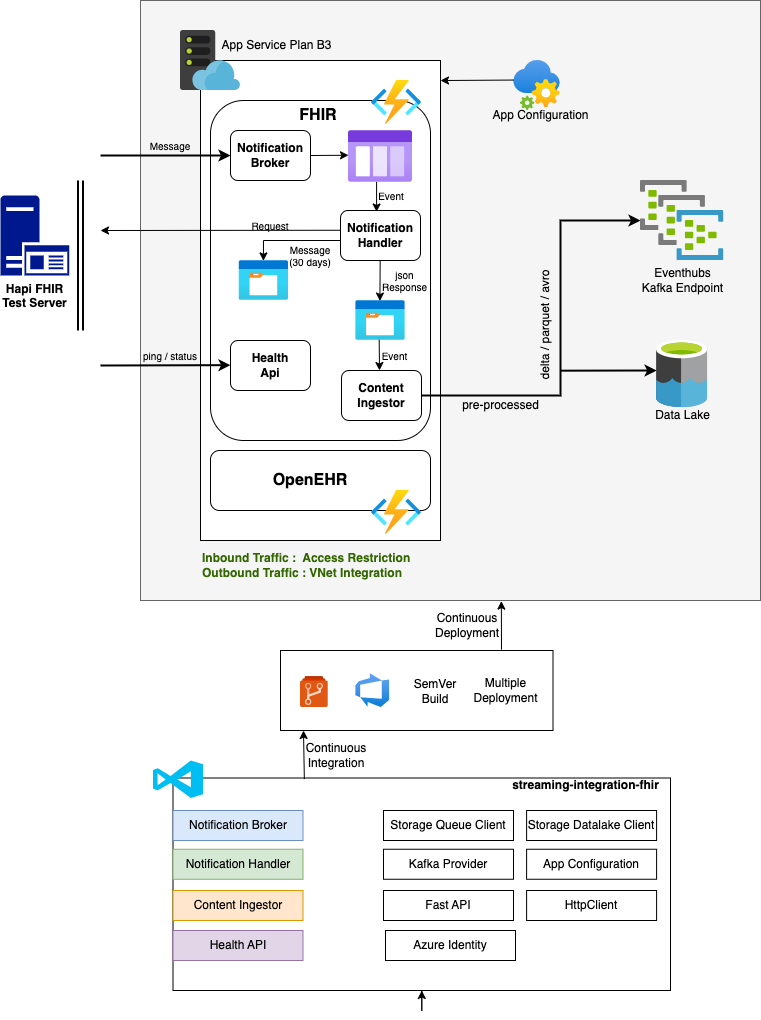
This is Streaming-Integration.png from prakashrajverma/drawio, a draw.io export, as it was before one commit. Source tidied: cells renumbered, new cells last; positions are measured from the earlier drawing's top-left corner, leaving out a move shared by most shapes.
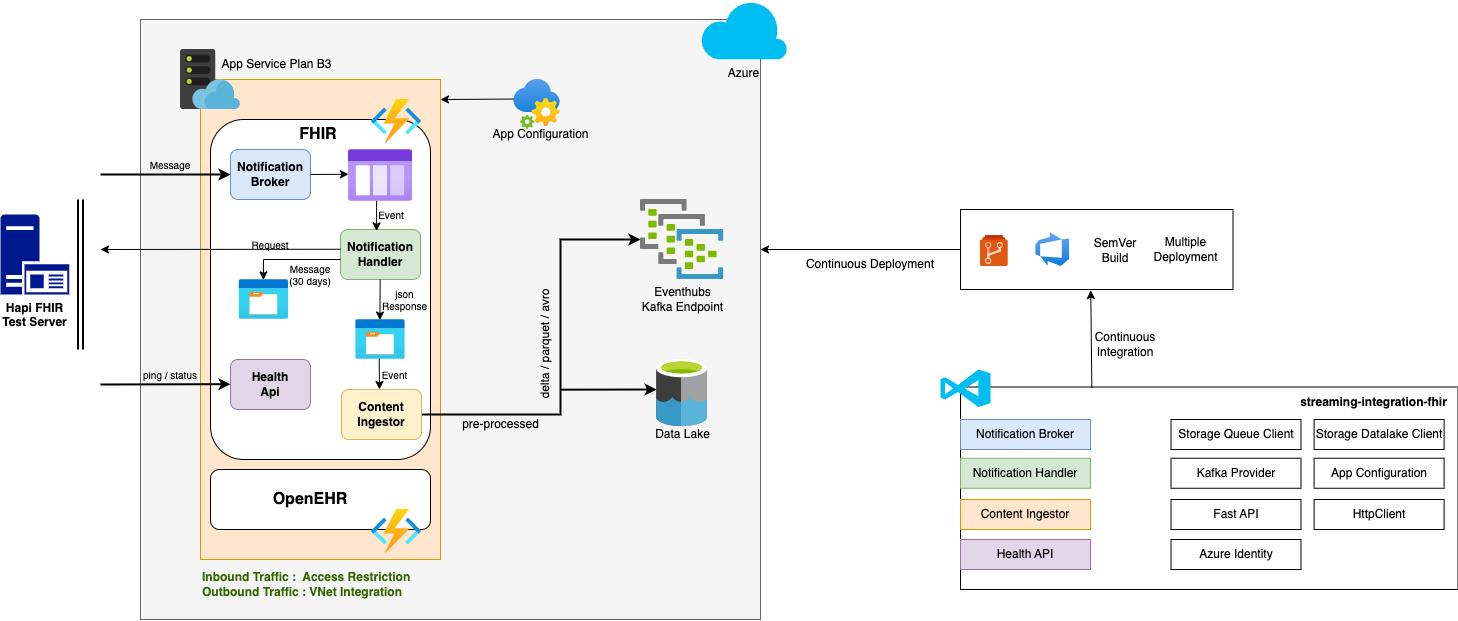
The same file after the commit.

Change to the diagram source:
```diff
@@ -3,12 +3,12 @@
     <mxCell id="0" />
     <mxCell id="1" parent="0" />
     <mxCell id="2" style="rounded=0;whiteSpace=wrap;html=1;" parent="1" vertex="1">
-      <mxGeometry x="280" y="650" width="272.5" height="80" as="geometry" />
+      <mxGeometry x="960" y="190" width="272.5" height="80" as="geometry" />
     </mxCell>
     <mxCell id="3" style="rounded=0;whiteSpace=wrap;html=1;fillColor=#f5f5f5;fontColor=#333333;strokeColor=#666666;" parent="1" vertex="1">
       <mxGeometry x="140" width="620" height="600" as="geometry" />
     </mxCell>
-    <mxCell id="4" style="rounded=0;whiteSpace=wrap;html=1;" parent="1" vertex="1">
+    <mxCell id="4" style="rounded=0;whiteSpace=wrap;html=1;fillColor=#ffe6cc;strokeColor=#d79b00;" parent="1" vertex="1">
       <mxGeometry x="200" y="60" width="240" height="480" as="geometry" />
     </mxCell>
     <mxCell id="5" style="image;sketch=0;html=1;align=center;fontSize=12;image=img/lib/mscae/WebHosting.svg;" parent="1" vertex="1">
@@ -32,10 +32,10 @@
     <mxCell id="11" style="image;html=1;align=center;fontSize=12;image=img/lib/azure2/compute/Function_Apps.svg;" parent="1" vertex="1">
       <mxGeometry x="371" y="490" width="50" height="44.1" as="geometry" />
     </mxCell>
-    <mxCell id="12" value="&lt;b&gt;Notification Broker&lt;/b&gt;" style="rounded=1;whiteSpace=wrap;html=1;" parent="1" vertex="1">
+    <mxCell id="12" value="&lt;b&gt;Notification Broker&lt;/b&gt;" style="rounded=1;whiteSpace=wrap;html=1;fillColor=#dae8fc;strokeColor=#6c8ebf;" parent="1" vertex="1">
       <mxGeometry x="230" y="130" width="80" height="50" as="geometry" />
     </mxCell>
-    <mxCell id="13" value="&lt;b&gt;Notification Handler&lt;/b&gt;" style="rounded=1;whiteSpace=wrap;html=1;" parent="1" vertex="1">
+    <mxCell id="13" value="&lt;b&gt;Notification Handler&lt;/b&gt;" style="rounded=1;whiteSpace=wrap;html=1;fillColor=#d5e8d4;strokeColor=#82b366;" parent="1" vertex="1">
       <mxGeometry x="340" y="210" width="80" height="50" as="geometry" />
     </mxCell>
     <mxCell id="14" style="image;html=1;points=[];align=center;fontSize=12;image=img/lib/azure2/general/Storage_Queue.svg;" parent="1" vertex="1">
@@ -115,7 +115,7 @@
         </Array>
       </mxGeometry>
     </mxCell>
-    <mxCell id="32" value="&lt;b&gt;Content&lt;br&gt;Ingestor&lt;/b&gt;" style="rounded=1;whiteSpace=wrap;html=1;" parent="1" vertex="1">
+    <mxCell id="32" value="&lt;b&gt;Content&lt;br&gt;Ingestor&lt;/b&gt;" style="rounded=1;whiteSpace=wrap;html=1;fillColor=#fff2cc;strokeColor=#d6b656;" parent="1" vertex="1">
       <mxGeometry x="341" y="370" width="80" height="50" as="geometry" />
     </mxCell>
     <mxCell id="33" style="image;sketch=0;html=1;points=[];align=center;fontSize=12;image=img/lib/mscae/Event_Hub_Clusters.svg;" parent="1" vertex="1">
@@ -133,7 +133,7 @@
     <mxCell id="37" value="&lt;b&gt;Inbound Traffic :&amp;nbsp; Access Restriction&lt;br&gt;Outbound Traffic : VNet Integration&lt;/b&gt;" style="text;html=1;strokeColor=none;fillColor=none;align=left;verticalAlign=middle;whiteSpace=wrap;rounded=0;fontColor=#336600;" parent="1" vertex="1">
       <mxGeometry x="200" y="550" width="240" height="30" as="geometry" />
     </mxCell>
-    <mxCell id="38" value="&lt;b&gt;Health&lt;br&gt;Api&lt;br&gt;&lt;/b&gt;" style="rounded=1;whiteSpace=wrap;html=1;" parent="1" vertex="1">
+    <mxCell id="38" value="&lt;b&gt;Health&lt;br&gt;Api&lt;br&gt;&lt;/b&gt;" style="rounded=1;whiteSpace=wrap;html=1;fillColor=#e1d5e7;strokeColor=#9673a6;" parent="1" vertex="1">
       <mxGeometry x="230" y="340" width="80" height="50" as="geometry" />
     </mxCell>
     <mxCell id="39" style="endArrow=classic;html=1;rounded=0;entryX=-0.002;entryY=0.386;entryDx=0;entryDy=0;entryPerimeter=0;strokeWidth=2;" parent="1" edge="1">
@@ -166,75 +166,72 @@
       <mxGeometry y="195" width="68.8" height="80" as="geometry" />
     </mxCell>
     <mxCell id="46" style="rounded=0;whiteSpace=wrap;html=1;" parent="1" vertex="1">
-      <mxGeometry x="172.5" y="777.5" width="497.5" height="212.5" as="geometry" />
+      <mxGeometry x="960" y="367.5" width="497.5" height="202.5" as="geometry" />
     </mxCell>
     <mxCell id="47" style="verticalLabelPosition=bottom;html=1;verticalAlign=top;align=center;strokeColor=none;fillColor=#00BEF2;shape=mxgraph.azure.visual_studio_online;" parent="1" vertex="1">
-      <mxGeometry x="152.5" y="760" width="50" height="37.5" as="geometry" />
+      <mxGeometry x="940" y="350" width="50" height="37.5" as="geometry" />
     </mxCell>
-    <mxCell id="48" style="endArrow=classic;html=1;rounded=0;exitX=0.264;exitY=0.005;exitDx=0;exitDy=0;exitPerimeter=0;" parent="1" edge="1" source="46">
-      <mxGeometry relative="1" as="geometry">
-        <mxPoint x="303" y="730" as="targetPoint" />
-      </mxGeometry>
+    <mxCell id="48" style="endArrow=classic;html=1;rounded=0;exitX=0.264;exitY=0.005;exitDx=0;exitDy=0;exitPerimeter=0;entryX=0.478;entryY=1.012;entryDx=0;entryDy=0;entryPerimeter=0;" parent="1" edge="1" source="46" target="2">
+      <mxGeometry relative="1" as="geometry" />
     </mxCell>
     <mxCell id="49" style="image;sketch=0;html=1;align=center;fontSize=12;image=img/lib/mscae/Azure_Repos.svg;" parent="1" vertex="1">
-      <mxGeometry x="300" y="676.1" width="27.7" height="30.8" as="geometry" />
+      <mxGeometry x="980" y="216.1" width="27.7" height="30.8" as="geometry" />
     </mxCell>
-    <mxCell id="50" style="endArrow=classic;html=1;rounded=0;exitX=0.811;exitY=-0.01;exitDx=0;exitDy=0;exitPerimeter=0;entryX=0.582;entryY=1.001;entryDx=0;entryDy=0;entryPerimeter=0;" parent="1" edge="1" source="2" target="3">
-      <mxGeometry relative="1" as="geometry" />
+    <mxCell id="50" style="endArrow=classic;html=1;rounded=0;exitX=0;exitY=0.5;exitDx=0;exitDy=0;" parent="1" edge="1" source="2">
+      <mxGeometry relative="1" as="geometry">
+        <mxPoint x="760" y="230" as="targetPoint" />
+      </mxGeometry>
     </mxCell>
     <mxCell id="51" style="image;html=1;align=center;fontSize=12;image=img/lib/azure2/devops/Azure_DevOps.svg;" parent="1" vertex="1">
-      <mxGeometry x="355.4" y="673.1" width="33.8" height="33.8" as="geometry" />
+      <mxGeometry x="1035.4" y="213.1" width="33.8" height="33.8" as="geometry" />
     </mxCell>
     <mxCell id="52" value="Continuous Deployment" style="text;html=1;strokeColor=none;fillColor=none;align=center;verticalAlign=middle;whiteSpace=wrap;rounded=0;" parent="1" vertex="1">
-      <mxGeometry x="432.5" y="610" width="67.5" height="30" as="geometry" />
+      <mxGeometry x="800" y="230" width="140" height="30" as="geometry" />
     </mxCell>
     <mxCell id="53" value="Continuous Integration" style="text;html=1;strokeColor=none;fillColor=none;align=center;verticalAlign=middle;whiteSpace=wrap;rounded=0;" parent="1" vertex="1">
-      <mxGeometry x="301" y="740" width="70" height="30" as="geometry" />
+      <mxGeometry x="1090" y="310" width="70" height="30" as="geometry" />
     </mxCell>
     <mxCell id="54" value="SemVer&lt;br&gt;Build" style="text;html=1;strokeColor=none;fillColor=none;align=center;verticalAlign=middle;whiteSpace=wrap;rounded=0;" parent="1" vertex="1">
-      <mxGeometry x="404.6" y="676.1" width="60" height="30" as="geometry" />
+      <mxGeometry x="1084.6" y="216.1" width="60" height="30" as="geometry" />
     </mxCell>
     <mxCell id="55" value="Multiple&lt;br&gt;Deployment" style="text;html=1;align=center;verticalAlign=middle;strokeColor=none;fillColor=none;" parent="1" vertex="1">
-      <mxGeometry x="460" y="670" width="90" height="40" as="geometry" />
+      <mxGeometry x="1140" y="210" width="90" height="40" as="geometry" />
     </mxCell>
     <mxCell id="56" value="Storage Datalake Client" style="rounded=0;whiteSpace=wrap;html=1;" parent="1" vertex="1">
-      <mxGeometry x="526.1" y="810" width="130" height="30" as="geometry" />
+      <mxGeometry x="1313.6" y="400" width="130" height="30" as="geometry" />
     </mxCell>
     <mxCell id="57" value="Fast API" style="rounded=0;whiteSpace=wrap;html=1;" parent="1" vertex="1">
-      <mxGeometry x="383" y="890" width="130" height="30" as="geometry" />
+      <mxGeometry x="1170.5" y="480" width="130" height="30" as="geometry" />
     </mxCell>
     <mxCell id="58" value="App Configuration" style="rounded=0;whiteSpace=wrap;html=1;" parent="1" vertex="1">
-      <mxGeometry x="526.1" y="848.8" width="130" height="30" as="geometry" />
+      <mxGeometry x="1313.6" y="438.8" width="130" height="30" as="geometry" />
     </mxCell>
     <mxCell id="59" value="Kafka Provider" style="rounded=0;whiteSpace=wrap;html=1;" parent="1" vertex="1">
-      <mxGeometry x="383" y="848.8" width="130" height="30" as="geometry" />
+      <mxGeometry x="1170.5" y="438.8" width="130" height="30" as="geometry" />
     </mxCell>
     <mxCell id="60" value="HttpClient" style="rounded=0;whiteSpace=wrap;html=1;" parent="1" vertex="1">
-      <mxGeometry x="526.1" y="890" width="130" height="30" as="geometry" />
+      <mxGeometry x="1313.6" y="480" width="130" height="30" as="geometry" />
     </mxCell>
     <mxCell id="61" value="Azure Identity" style="rounded=0;whiteSpace=wrap;html=1;" parent="1" vertex="1">
-      <mxGeometry x="385" y="930" width="130" height="30" as="geometry" />
+      <mxGeometry x="1170.5" y="520" width="130" height="30" as="geometry" />
     </mxCell>
     <mxCell id="62" value="Notification Broker" style="rounded=0;whiteSpace=wrap;html=1;fillColor=#dae8fc;strokeColor=#6c8ebf;" parent="1" vertex="1">
-      <mxGeometry x="172.5" y="810" width="130" height="30" as="geometry" />
+      <mxGeometry x="960" y="400" width="130" height="30" as="geometry" />
     </mxCell>
     <mxCell id="63" value="Notification Handler" style="rounded=0;whiteSpace=wrap;html=1;fillColor=#d5e8d4;strokeColor=#82b366;" parent="1" vertex="1">
-      <mxGeometry x="172.5" y="848.8" width="130" height="30" as="geometry" />
+      <mxGeometry x="960" y="438.8" width="130" height="30" as="geometry" />
     </mxCell>
     <mxCell id="64" value="Health API" style="rounded=0;whiteSpace=wrap;html=1;fillColor=#e1d5e7;strokeColor=#9673a6;" parent="1" vertex="1">
-      <mxGeometry x="172.5" y="930" width="130" height="30" as="geometry" />
+      <mxGeometry x="960" y="520" width="130" height="30" as="geometry" />
     </mxCell>
     <mxCell id="65" value="Content Ingestor" style="rounded=0;whiteSpace=wrap;html=1;fillColor=#ffe6cc;strokeColor=#d79b00;" parent="1" vertex="1">
-      <mxGeometry x="172.5" y="890" width="130" height="30" as="geometry" />
+      <mxGeometry x="960" y="480" width="130" height="30" as="geometry" />
     </mxCell>
-    <mxCell id="66" style="edgeStyle=orthogonalEdgeStyle;rounded=0;orthogonalLoop=1;jettySize=auto;html=1;exitX=0.5;exitY=1;exitDx=0;exitDy=0;" parent="1" edge="1" source="46" target="46">
-      <mxGeometry relative="1" as="geometry" />
-    </mxCell>
     <mxCell id="67" value="Storage Queue Client" style="rounded=0;whiteSpace=wrap;html=1;" parent="1" vertex="1">
-      <mxGeometry x="383" y="810" width="130" height="30" as="geometry" />
+      <mxGeometry x="1170.5" y="400" width="130" height="30" as="geometry" />
     </mxCell>
     <mxCell id="68" value="streaming-integration-fhir" style="text;html=1;align=center;verticalAlign=middle;strokeColor=none;fillColor=none;fontStyle=1;" parent="1" vertex="1">
-      <mxGeometry x="500" y="770" width="170" height="30" as="geometry" />
+      <mxGeometry x="1287.5" y="367.5" width="170" height="30" as="geometry" />
     </mxCell>
     <mxCell id="69" value="Eventhubs&lt;br&gt;Kafka Endpoint" style="text;html=1;align=center;verticalAlign=middle;strokeColor=none;fillColor=none;" parent="1" vertex="1">
       <mxGeometry x="631.6" y="260" width="100" height="40" as="geometry" />
@@ -248,5 +245,8 @@
         <mxPoint x="656.1" y="370" as="targetPoint" />
       </mxGeometry>
     </mxCell>
+    <mxCell id="72" value="Azure" style="verticalLabelPosition=bottom;html=1;verticalAlign=top;align=center;strokeColor=none;fillColor=#00BEF2;shape=mxgraph.azure.cloud;" parent="1" vertex="1">
+      <mxGeometry x="700" y="-20" width="86.8" height="60" as="geometry" />
+    </mxCell>
   </root>
 </mxGraphModel>
```
